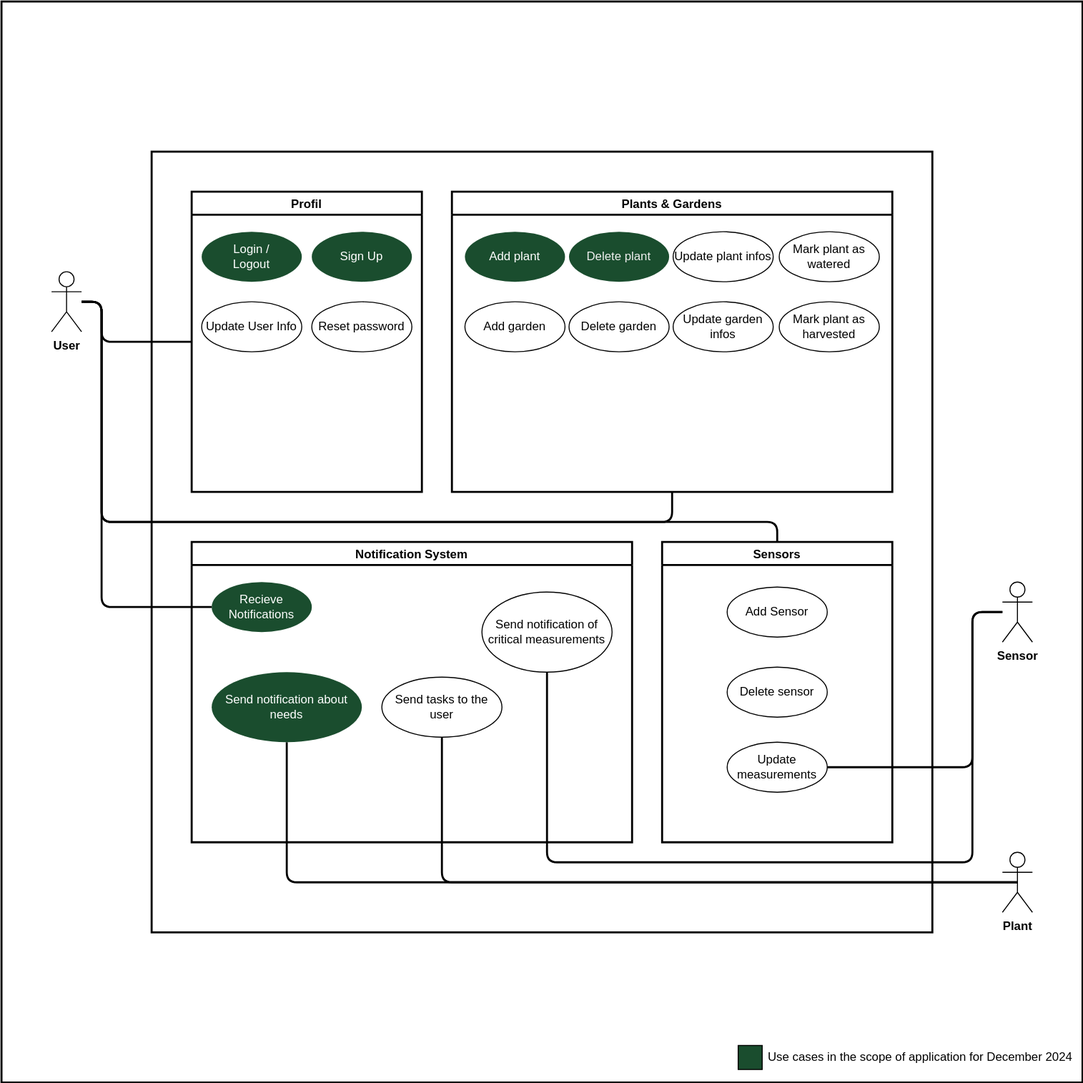
Before: docs/assets/svg/GreenFingersUsecases.drawio.svg, a diagram exported from draw.io (Green-Fingers-App/gardeningApp). Source tidied: cells renumbered, new cells last; positions are measured from the earlier drawing's top-left corner, leaving out a move shared by most shapes.
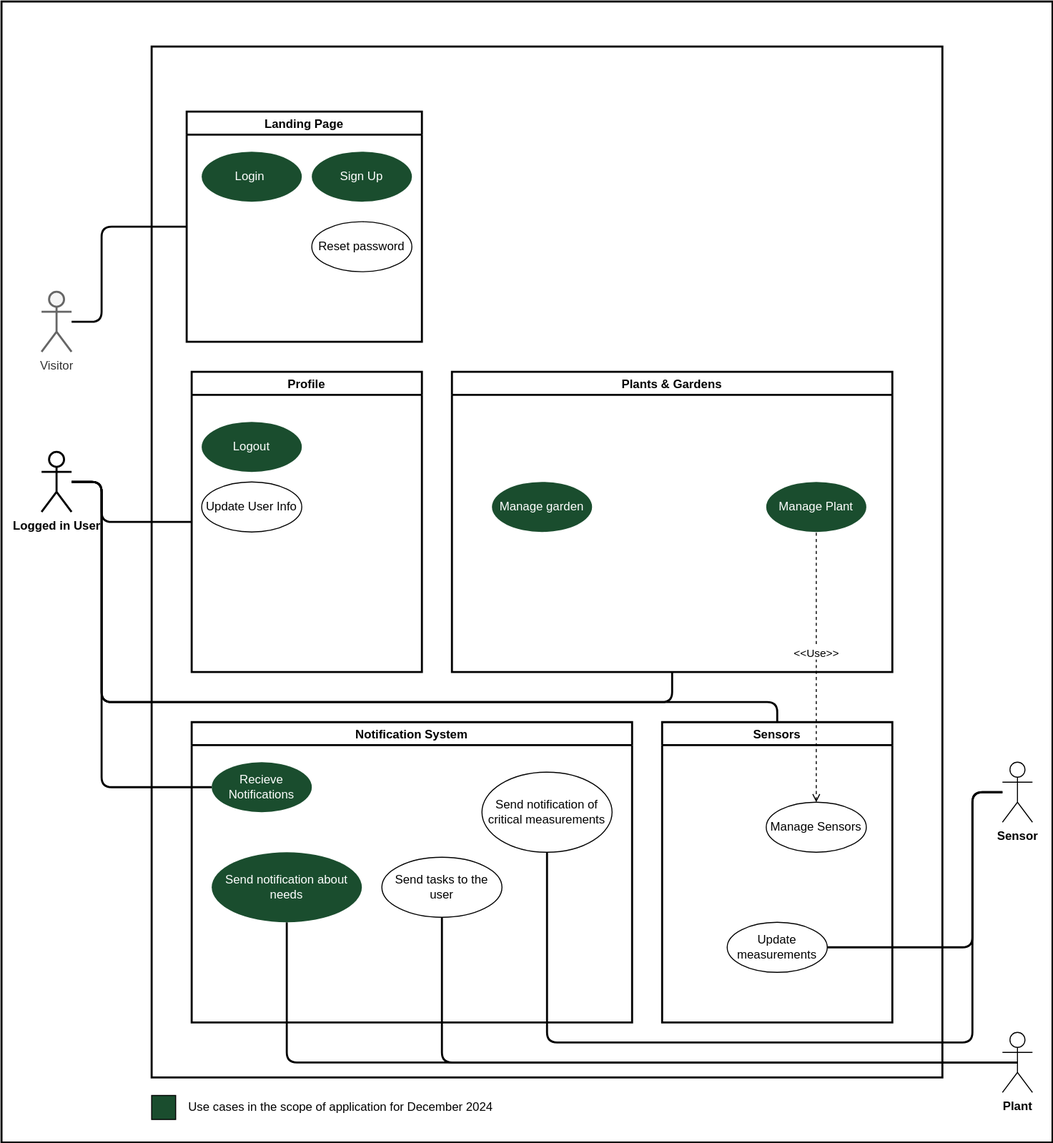
Later version of the same file.

Diff of the diagram source:
```diff
@@ -2,57 +2,36 @@
   <root>
     <mxCell id="0" />
     <mxCell id="1" parent="0" />
-    <mxCell id="2" style="group;labelBackgroundColor=#006600;fillColor=#003300;fontColor=#000000;" parent="1" vertex="1">
-      <mxGeometry width="760" height="760" as="geometry" />
-    </mxCell>
     <mxCell id="3" style="whiteSpace=wrap;html=1;fillColor=#FFFFFF;strokeColor=#000000;strokeWidth=2;" parent="1" vertex="1">
-      <mxGeometry width="1080" height="1080" as="geometry" />
+      <mxGeometry y="-180" width="1050" height="1140" as="geometry" />
     </mxCell>
     <mxCell id="4" value="&lt;font color=&quot;#000000&quot;&gt;Use cases in the scope of application for December 2024&lt;/font&gt;" style="text;html=1;strokeColor=none;fillColor=none;align=left;verticalAlign=middle;whiteSpace=wrap;rounded=0;" parent="1" vertex="1">
-      <mxGeometry x="764" y="1040" width="316" height="30" as="geometry" />
+      <mxGeometry x="185" y="910" width="316" height="30" as="geometry" />
     </mxCell>
     <mxCell id="5" style="rounded=0;whiteSpace=wrap;html=1;fillColor=#1A4D2E;" parent="1" vertex="1">
-      <mxGeometry x="736" y="1043" width="24" height="24" as="geometry" />
+      <mxGeometry x="150" y="913" width="24" height="24" as="geometry" />
     </mxCell>
     <mxCell id="6" style="whiteSpace=wrap;html=1;fillColor=#FFFFFF;strokeColor=#000000;strokeWidth=2;" parent="1" vertex="1">
-      <mxGeometry x="150" y="150" width="780" height="780" as="geometry" />
+      <mxGeometry x="150" y="-135" width="790" height="1030" as="geometry" />
     </mxCell>
-    <mxCell id="7" value="Profil" style="swimlane;strokeColor=#000000;strokeWidth=2;fillColor=#FFFFFF;fontColor=#000000;" parent="1" vertex="1">
+    <mxCell id="7" value="Profile" style="swimlane;strokeColor=#000000;strokeWidth=2;fillColor=#FFFFFF;fontColor=#000000;" parent="1" vertex="1">
       <mxGeometry x="190" y="190" width="230" height="300" as="geometry" />
     </mxCell>
     <mxCell id="8" value="Update User Info" style="ellipse;whiteSpace=wrap;html=1;verticalAlign=middle;fontColor=#000000;fillColor=#FFFFFF;strokeColor=#000000;" parent="7" vertex="1">
       <mxGeometry x="10" y="110" width="100" height="50" as="geometry" />
     </mxCell>
-    <mxCell id="9" value="Reset password" style="ellipse;whiteSpace=wrap;html=1;verticalAlign=middle;fontColor=#000000;fillColor=#FFFFFF;strokeColor=#000000;" parent="7" vertex="1">
-      <mxGeometry x="120" y="110" width="100" height="50" as="geometry" />
-    </mxCell>
+    <mxCell id="41" value="Logout" style="ellipse;whiteSpace=wrap;html=1;verticalAlign=middle;fillColor=#1A4D2E;fontColor=#FFFFFF;strokeColor=none;" parent="7" vertex="1">
+      <mxGeometry x="10" y="50" width="100" height="50" as="geometry" />
+    </mxCell>
     <mxCell id="10" value="Plants &amp; Gardens" style="swimlane;strokeColor=#000000;strokeWidth=2;fillColor=#FFFFFF;fontColor=#000000;" parent="1" vertex="1">
       <mxGeometry x="450" y="190" width="440" height="300" as="geometry" />
     </mxCell>
-    <mxCell id="11" value="&lt;span style=&quot;&quot;&gt;Add garden&lt;/span&gt;" style="ellipse;whiteSpace=wrap;html=1;verticalAlign=middle;fontColor=#000000;fillColor=#FFFFFF;strokeColor=#000000;" parent="10" vertex="1">
-      <mxGeometry x="13" y="110" width="100" height="50" as="geometry" />
-    </mxCell>
-    <mxCell id="12" value="Update garden infos" style="ellipse;whiteSpace=wrap;html=1;verticalAlign=middle;strokeColor=#000000;align=center;fontFamily=Helvetica;fontSize=12;fontColor=#000000;fillColor=#FFFFFF;" parent="10" vertex="1">
-      <mxGeometry x="221" y="110" width="100" height="50" as="geometry" />
+    <mxCell id="12" value="Manage garden" style="ellipse;whiteSpace=wrap;html=1;verticalAlign=middle;strokeColor=none;align=center;fontFamily=Helvetica;fontSize=12;fontColor=#FFFFFF;fillColor=#1a4d2e;" parent="10" vertex="1">
+      <mxGeometry x="40" y="110" width="100" height="50" as="geometry" />
     </mxCell>
-    <mxCell id="13" value="&lt;span style=&quot;&quot;&gt;Mark plant as watered&lt;/span&gt;" style="ellipse;whiteSpace=wrap;html=1;verticalAlign=middle;fontColor=#000000;fillColor=#FFFFFF;strokeColor=#000000;" parent="10" vertex="1">
-      <mxGeometry x="327" y="40" width="100" height="50" as="geometry" />
-    </mxCell>
-    <mxCell id="14" value="Add plant" style="ellipse;whiteSpace=wrap;html=1;verticalAlign=middle;fillColor=#1A4D2E;fontColor=#FFFFFF;strokeColor=none;" parent="10" vertex="1">
-      <mxGeometry x="13" y="40" width="100" height="50" as="geometry" />
-    </mxCell>
-    <mxCell id="15" value="&lt;span style=&quot;color: rgb(240, 240, 240);&quot;&gt;Delete plant&lt;/span&gt;" style="ellipse;whiteSpace=wrap;html=1;verticalAlign=middle;fillColor=#1A4D2E;fontColor=#FFFFFF;strokeColor=none;" parent="10" vertex="1">
-      <mxGeometry x="117" y="40" width="100" height="50" as="geometry" />
-    </mxCell>
-    <mxCell id="16" value="Update plant infos" style="ellipse;whiteSpace=wrap;html=1;verticalAlign=middle;fontColor=#000000;fillColor=#FFFFFF;strokeColor=#000000;" parent="10" vertex="1">
-      <mxGeometry x="221" y="40" width="100" height="50" as="geometry" />
-    </mxCell>
-    <mxCell id="17" value="Delete garden" style="ellipse;whiteSpace=wrap;html=1;verticalAlign=middle;fontColor=#000000;fillColor=#FFFFFF;strokeColor=#000000;" parent="10" vertex="1">
-      <mxGeometry x="117" y="110" width="100" height="50" as="geometry" />
-    </mxCell>
-    <mxCell id="18" value="Mark plant as harvested" style="ellipse;whiteSpace=wrap;html=1;verticalAlign=middle;fontColor=#000000;fillColor=#FFFFFF;strokeColor=#000000;" parent="10" vertex="1">
-      <mxGeometry x="327" y="110" width="100" height="50" as="geometry" />
-    </mxCell>
+    <mxCell id="42" value="Manage Plant" style="ellipse;whiteSpace=wrap;html=1;verticalAlign=middle;fillColor=#1A4D2E;fontColor=#FFFFFF;strokeColor=none;" parent="10" vertex="1">
+      <mxGeometry x="314" y="110" width="100" height="50" as="geometry" />
+    </mxCell>
     <mxCell id="19" value="Notification System" style="swimlane;strokeColor=#000000;strokeWidth=2;fillColor=#FFFFFF;fontColor=#000000;" parent="1" vertex="1">
       <mxGeometry x="190" y="540" width="440" height="300" as="geometry" />
     </mxCell>
@@ -88,17 +67,8 @@
         </Array>
       </mxGeometry>
     </mxCell>
-    <mxCell id="25" style="edgeStyle=none;html=1;entryX=0.5;entryY=0;entryDx=0;entryDy=0;strokeColor=#000000;strokeWidth=2;fontColor=#000000;endArrow=none;endFill=0;" parent="1" edge="1" source="26" target="36">
-      <mxGeometry relative="1" as="geometry">
-        <Array as="points">
-          <mxPoint x="100" y="300" />
-          <mxPoint x="100" y="520" />
-          <mxPoint x="775" y="520" />
-        </Array>
-      </mxGeometry>
-    </mxCell>
-    <mxCell id="26" value="&lt;font&gt;User&lt;/font&gt;" style="shape=umlActor;verticalLabelPosition=bottom;verticalAlign=top;html=1;outlineConnect=0;fontColor=#000000;fontStyle=1;strokeColor=#000000;fillColor=#FFFFFF;" parent="1" vertex="1">
-      <mxGeometry x="50" y="270" width="30" height="60" as="geometry" />
+    <mxCell id="26" value="Logged in User" style="shape=umlActor;verticalLabelPosition=bottom;verticalAlign=top;html=1;outlineConnect=0;fontColor=#000000;fontStyle=1;strokeColor=#000000;fillColor=#FFFFFF;strokeWidth=2;" parent="1" vertex="1">
+      <mxGeometry x="40" y="270" width="30" height="60" as="geometry" />
     </mxCell>
     <mxCell id="27" style="edgeStyle=none;html=1;entryX=1;entryY=0.5;entryDx=0;entryDy=0;strokeColor=#000000;strokeWidth=2;fontColor=#000000;endArrow=none;endFill=0;" parent="1" edge="1" source="29" target="40">
       <mxGeometry relative="1" as="geometry">
@@ -138,11 +108,11 @@
     <mxCell id="32" value="&lt;font&gt;Plant&lt;/font&gt;" style="shape=umlActor;verticalLabelPosition=bottom;verticalAlign=top;html=1;outlineConnect=0;fontStyle=1;fontColor=#000000;strokeColor=#000000;fillColor=#FFFFFF;" parent="1" vertex="1">
       <mxGeometry x="1000" y="850" width="30" height="60" as="geometry" />
     </mxCell>
-    <mxCell id="33" value="Login / &lt;br&gt;Logout" style="ellipse;whiteSpace=wrap;html=1;verticalAlign=middle;fillColor=#1A4D2E;fontColor=#FFFFFF;strokeColor=none;" parent="1" vertex="1">
-      <mxGeometry x="200" y="230" width="100" height="50" as="geometry" />
+    <mxCell id="33" value="Login&lt;span style=&quot;color: rgba(0, 0, 0, 0); font-family: monospace; font-size: 0px; text-align: start;&quot;&gt;%3CmxGraphModel%3E%3Croot%3E%3CmxCell%20id%3D%220%22%2F%3E%3CmxCell%20id%3D%221%22%20parent%3D%220%22%2F%3E%3CmxCell%20id%3D%222%22%20value%3D%22Thread%203%22%20style%3D%22swimlane%3BwhiteSpace%3Dwrap%22%20vertex%3D%221%22%20parent%3D%221%22%3E%3CmxGeometry%20x%3D%22724.5%22%20y%3D%22128%22%20width%3D%22280%22%20height%3D%22570%22%20as%3D%22geometry%22%2F%3E%3C%2FmxCell%3E%3CmxCell%20id%3D%223%22%20value%3D%22process%26%2310%3Bcommand%22%20style%3D%22%22%20vertex%3D%221%22%20parent%3D%222%22%3E%3CmxGeometry%20x%3D%2290%22%20y%3D%22405%22%20width%3D%22110%22%20height%3D%2250%22%20as%3D%22geometry%22%2F%3E%3C%2FmxCell%3E%3CmxCell%20id%3D%224%22%20value%3D%22%22%20style%3D%22edgeStyle%3DelbowEdgeStyle%3Belbow%3Dhorizontal%3BstrokeColor%3D%23FF0000%3BendArrow%3Dopen%3BendFill%3D1%3Brounded%3D0%3BentryX%3D0.25%3BentryY%3D0.5%3BentryPerimeter%3D0%22%20edge%3D%221%22%20parent%3D%222%22%3E%3CmxGeometry%20width%3D%22100%22%20height%3D%22100%22%20relative%3D%221%22%20as%3D%22geometry%22%3E%3CmxPoint%20x%3D%22-30%22%20y%3D%22410%22%20as%3D%22sourcePoint%22%2F%3E%3CmxPoint%20x%3D%22-120%22%20y%3D%22120%22%20as%3D%22targetPoint%22%2F%3E%3CArray%20as%3D%22points%22%3E%3CmxPoint%20x%3D%22-10%22%20y%3D%22135%22%2F%3E%3C%2FArray%3E%3C%2FmxGeometry%3E%3C%2FmxCell%3E%3CmxCell%20id%3D%225%22%20value%3D%22%22%20style%3D%22edgeStyle%3Dnone%3BstrokeColor%3D%23FF0000%3BendArrow%3Dopen%3BendFill%3D1%3Brounded%3D0%22%20edge%3D%221%22%20parent%3D%222%22%20target%3D%223%22%3E%3CmxGeometry%20width%3D%22100%22%20height%3D%22100%22%20relative%3D%221%22%20as%3D%22geometry%22%3E%3CmxPoint%20x%3D%22-30%22%20y%3D%22429.5%22%20as%3D%22sourcePoint%22%2F%3E%3CmxPoint%20x%3D%2290%22%20y%3D%22429.5%22%20as%3D%22targetPoint%22%2F%3E%3C%2FmxGeometry%3E%3C%2FmxCell%3E%3CmxCell%20id%3D%226%22%20value%3D%22%22%20style%3D%22ellipse%3Bshape%3DendState%3BfillColor%3D%23000000%3BstrokeColor%3D%23ff0000%22%20vertex%3D%221%22%20parent%3D%222%22%3E%3CmxGeometry%20x%3D%22130%22%20y%3D%22500%22%20width%3D%2230%22%20height%3D%2230%22%20as%3D%22geometry%22%2F%3E%3C%2FmxCell%3E%3CmxCell%20id%3D%227%22%20value%3D%22%22%20style%3D%22endArrow%3Dopen%3BstrokeColor%3D%23FF0000%3BendFill%3D1%3Brounded%3D0%22%20edge%3D%221%22%20parent%3D%222%22%20source%3D%223%22%20target%3D%226%22%3E%3CmxGeometry%20relative%3D%221%22%20as%3D%22geometry%22%2F%3E%3C%2FmxCell%3E%3C%2Froot%3E%3C%2FmxGraphModel%3E&lt;/span&gt;" style="ellipse;whiteSpace=wrap;html=1;verticalAlign=middle;fillColor=#1A4D2E;fontColor=#FFFFFF;strokeColor=none;" parent="1" vertex="1">
+      <mxGeometry x="200" y="-30" width="100" height="50" as="geometry" />
     </mxCell>
     <mxCell id="34" value="Sign Up" style="ellipse;whiteSpace=wrap;html=1;verticalAlign=middle;strokeColor=none;align=center;fontFamily=Helvetica;fontSize=12;fontColor=#FFFFFF;fillColor=#1A4D2E;" parent="1" vertex="1">
-      <mxGeometry x="310" y="230" width="100" height="50" as="geometry" />
+      <mxGeometry x="310" y="-30" width="100" height="50" as="geometry" />
     </mxCell>
     <mxCell id="35" value="Recieve Notifications" style="ellipse;whiteSpace=wrap;html=1;verticalAlign=middle;fillColor=#1A4D2E;fontColor=#FFFFFF;strokeColor=none;" parent="1" vertex="1">
       <mxGeometry x="210" y="580" width="100" height="50" as="geometry" />
@@ -150,17 +120,47 @@
     <mxCell id="36" value="Sensors" style="swimlane;strokeColor=#000000;strokeWidth=2;fillColor=#FFFFFF;fontColor=#000000;" parent="1" vertex="1">
       <mxGeometry x="660" y="540" width="230" height="300" as="geometry" />
     </mxCell>
-    <mxCell id="37" value="Add Sensor" style="ellipse;whiteSpace=wrap;html=1;verticalAlign=middle;fontColor=#000000;fillColor=#FFFFFF;strokeColor=#000000;" parent="36" vertex="1">
-      <mxGeometry x="65" y="45" width="100" height="50" as="geometry" />
-    </mxCell>
-    <mxCell id="38" value="Delete sensor" style="ellipse;whiteSpace=wrap;html=1;verticalAlign=middle;fontColor=#000000;fillColor=#FFFFFF;strokeColor=#000000;" parent="36" vertex="1">
-      <mxGeometry x="65" y="125" width="100" height="50" as="geometry" />
-    </mxCell>
     <mxCell id="39" value="&lt;font color=&quot;#ffffff&quot;&gt;Send notification about needs&lt;/font&gt;" style="ellipse;whiteSpace=wrap;html=1;verticalAlign=middle;fontColor=#000000;fillColor=#1A4D2E;strokeColor=none;" parent="1" vertex="1">
       <mxGeometry x="210" y="670" width="150" height="70" as="geometry" />
     </mxCell>
     <mxCell id="40" value="Update measurements" style="ellipse;whiteSpace=wrap;html=1;verticalAlign=middle;fontColor=#000000;fillColor=#FFFFFF;strokeColor=#000000;" parent="1" vertex="1">
       <mxGeometry x="725" y="740" width="100" height="50" as="geometry" />
     </mxCell>
+    <mxCell id="43" value="Visitor" style="shape=umlActor;verticalLabelPosition=bottom;verticalAlign=top;html=1;strokeColor=#666666;fillColor=#f5f5f5;fontColor=#333333;strokeWidth=2;" parent="1" vertex="1">
+      <mxGeometry x="40" y="110" width="30" height="60" as="geometry" />
+    </mxCell>
+    <mxCell id="44" value="Landing Page" style="swimlane;fontStyle=1;strokeWidth=2;" parent="1" vertex="1">
+      <mxGeometry x="185" y="-70" width="235" height="230" as="geometry" />
+    </mxCell>
+    <mxCell id="9" value="Reset password" style="ellipse;whiteSpace=wrap;html=1;verticalAlign=middle;fontColor=#000000;fillColor=#FFFFFF;strokeColor=#000000;" parent="1" vertex="1">
+      <mxGeometry x="310" y="40" width="100" height="50" as="geometry" />
+    </mxCell>
+    <mxCell id="45" value="Manage Sensors" style="ellipse;whiteSpace=wrap;html=1;verticalAlign=middle;fontColor=#000000;fillColor=#FFFFFF;strokeColor=#000000;" parent="1" vertex="1">
+      <mxGeometry x="764" y="620" width="100" height="50" as="geometry" />
+    </mxCell>
+    <mxCell id="46" style="edgeStyle=none;html=1;entryX=0.5;entryY=0;entryDx=0;entryDy=0;strokeColor=#000000;strokeWidth=2;fontColor=#000000;endArrow=none;endFill=0;" parent="1" edge="1" target="36">
+      <mxGeometry relative="1" as="geometry">
+        <mxPoint x="70" y="300" as="sourcePoint" />
+        <Array as="points">
+          <mxPoint x="100" y="300" />
+          <mxPoint x="100" y="460" />
+          <mxPoint x="100" y="520" />
+          <mxPoint x="775" y="520" />
+        </Array>
+      </mxGeometry>
+    </mxCell>
+    <mxCell id="47" style="edgeStyle=none;html=1;entryX=0;entryY=0.5;entryDx=0;entryDy=0;fontColor=#000000;strokeColor=#000000;endArrow=none;endFill=0;strokeWidth=2;" parent="1" edge="1" target="44">
+      <mxGeometry relative="1" as="geometry">
+        <mxPoint x="70" y="140" as="sourcePoint" />
+        <Array as="points">
+          <mxPoint x="100" y="140" />
+          <mxPoint x="100" y="90" />
+          <mxPoint x="100" y="45" />
+        </Array>
+      </mxGeometry>
+    </mxCell>
+    <mxCell id="48" value="&lt;font color=&quot;#000000&quot;&gt;&amp;lt;&amp;lt;Use&amp;gt;&amp;gt;&lt;/font&gt;" style="html=1;verticalAlign=bottom;endArrow=none;dashed=1;endSize=8;rounded=0;fontColor=#FFFFFF;sourcePerimeterSpacing=8;targetPerimeterSpacing=8;curved=1;exitX=0.5;exitY=0;exitDx=0;exitDy=0;entryX=0.5;entryY=1;entryDx=0;entryDy=0;startArrow=open;startFill=0;endFill=0;" parent="1" edge="1" source="45" target="42">
+      <mxGeometry x="0.04" relative="1" as="geometry" />
+    </mxCell>
   </root>
 </mxGraphModel>
```
